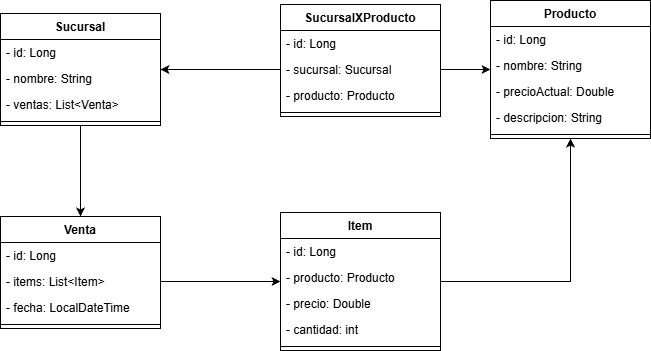
Above: diagramas/SuperMarket.drawio.png in EliasPuddini/SuperMarket-Test (draw.io), before the change. Source tidied: cells renumbered, new cells last; positions are measured from the earlier drawing's top-left corner, leaving out a move shared by most shapes. Its diagram source:
```xml
<mxGraphModel>
  <root>
    <mxCell id="0" />
    <mxCell id="1" parent="0" />
    <mxCell id="2" value="Sucursal" style="swimlane;fontStyle=1;align=center;verticalAlign=top;horizontal=1;startSize=26;whiteSpace=wrap;html=1;" parent="1" vertex="1">
      <mxGeometry y="13" width="160" height="112" as="geometry" />
    </mxCell>
    <mxCell id="3" value="- id: Long" style="text;strokeColor=none;fillColor=none;align=left;verticalAlign=top;spacingLeft=4;spacingRight=4;overflow=hidden;whiteSpace=wrap;html=1;" parent="2" vertex="1">
      <mxGeometry y="26" width="160" height="26" as="geometry" />
    </mxCell>
    <mxCell id="4" value="- nombre: String" style="text;strokeColor=none;fillColor=none;align=left;verticalAlign=top;spacingLeft=4;spacingRight=4;overflow=hidden;points=[[0,0.5],[1,0.5]];portConstraint=eastwest;whiteSpace=wrap;html=1;" parent="2" vertex="1">
      <mxGeometry y="52" width="160" height="26" as="geometry" />
    </mxCell>
    <mxCell id="5" value="- ventas: List&amp;lt;Venta&amp;gt;" style="text;strokeColor=none;fillColor=none;align=left;verticalAlign=top;spacingLeft=4;spacingRight=4;overflow=hidden;whiteSpace=wrap;html=1;" parent="2" vertex="1">
      <mxGeometry y="78" width="160" height="26" as="geometry" />
    </mxCell>
    <mxCell id="6" style="line;strokeWidth=1;fillColor=none;align=left;verticalAlign=middle;spacingTop=-1;spacingLeft=3;spacingRight=3;labelPosition=right;strokeColor=inherit;" parent="2" vertex="1">
      <mxGeometry y="104" width="160" height="8" as="geometry" />
    </mxCell>
    <mxCell id="7" value="Producto" style="swimlane;fontStyle=1;align=center;verticalAlign=top;horizontal=1;startSize=26;whiteSpace=wrap;html=1;" parent="1" vertex="1">
      <mxGeometry x="490" width="160" height="138" as="geometry" />
    </mxCell>
    <mxCell id="8" value="- id: Long" style="text;strokeColor=none;fillColor=none;align=left;verticalAlign=top;spacingLeft=4;spacingRight=4;overflow=hidden;whiteSpace=wrap;html=1;" parent="7" vertex="1">
      <mxGeometry y="26" width="160" height="26" as="geometry" />
    </mxCell>
    <mxCell id="9" value="- nombre: String" style="text;strokeColor=none;fillColor=none;align=left;verticalAlign=top;spacingLeft=4;spacingRight=4;overflow=hidden;whiteSpace=wrap;html=1;" parent="7" vertex="1">
      <mxGeometry y="52" width="160" height="26" as="geometry" />
    </mxCell>
    <mxCell id="10" value="- precioActual: Double" style="text;strokeColor=none;fillColor=none;align=left;verticalAlign=top;spacingLeft=4;spacingRight=4;overflow=hidden;whiteSpace=wrap;html=1;" parent="7" vertex="1">
      <mxGeometry y="78" width="160" height="26" as="geometry" />
    </mxCell>
    <mxCell id="11" value="- descripcion: String" style="text;strokeColor=none;fillColor=none;align=left;verticalAlign=top;spacingLeft=4;spacingRight=4;overflow=hidden;whiteSpace=wrap;html=1;" parent="7" vertex="1">
      <mxGeometry y="104" width="160" height="26" as="geometry" />
    </mxCell>
    <mxCell id="12" style="line;strokeWidth=1;fillColor=none;align=left;verticalAlign=middle;spacingTop=-1;spacingLeft=3;spacingRight=3;labelPosition=right;strokeColor=inherit;" parent="7" vertex="1">
      <mxGeometry y="130" width="160" height="8" as="geometry" />
    </mxCell>
    <mxCell id="13" value="Venta" style="swimlane;fontStyle=1;align=center;verticalAlign=top;horizontal=1;startSize=26;whiteSpace=wrap;html=1;" parent="1" vertex="1">
      <mxGeometry y="216" width="160" height="112" as="geometry" />
    </mxCell>
    <mxCell id="14" value="- id: Long" style="text;strokeColor=none;fillColor=none;align=left;verticalAlign=top;spacingLeft=4;spacingRight=4;overflow=hidden;whiteSpace=wrap;html=1;" parent="13" vertex="1">
      <mxGeometry y="26" width="160" height="26" as="geometry" />
    </mxCell>
    <mxCell id="15" value="- items: List&amp;lt;Item&amp;gt;" style="text;strokeColor=none;fillColor=none;align=left;verticalAlign=top;spacingLeft=4;spacingRight=4;overflow=hidden;points=[[0,0.5],[1,0.5]];portConstraint=eastwest;whiteSpace=wrap;html=1;" parent="13" vertex="1">
      <mxGeometry y="52" width="160" height="26" as="geometry" />
    </mxCell>
    <mxCell id="16" value="- fecha: LocalDateTime" style="text;strokeColor=none;fillColor=none;align=left;verticalAlign=top;spacingLeft=4;spacingRight=4;overflow=hidden;whiteSpace=wrap;html=1;" parent="13" vertex="1">
      <mxGeometry y="78" width="160" height="26" as="geometry" />
    </mxCell>
    <mxCell id="17" style="line;strokeWidth=1;fillColor=none;align=left;verticalAlign=middle;spacingTop=-1;spacingLeft=3;spacingRight=3;labelPosition=right;strokeColor=inherit;" parent="13" vertex="1">
      <mxGeometry y="104" width="160" height="8" as="geometry" />
    </mxCell>
    <mxCell id="18" style="edgeStyle=orthogonalEdgeStyle;rounded=0;jettySize=auto;html=1;" parent="1" edge="1" source="2" target="13">
      <mxGeometry relative="1" as="geometry" />
    </mxCell>
    <mxCell id="19" style="edgeStyle=orthogonalEdgeStyle;rounded=0;jettySize=auto;html=1;" parent="1" edge="1" source="20" target="7">
      <mxGeometry relative="1" as="geometry" />
    </mxCell>
    <mxCell id="20" value="Item" style="swimlane;fontStyle=1;align=center;verticalAlign=top;horizontal=1;startSize=26;whiteSpace=wrap;html=1;" parent="1" vertex="1">
      <mxGeometry x="280" y="212" width="160" height="138" as="geometry" />
    </mxCell>
    <mxCell id="21" value="- id: Long" style="text;strokeColor=none;fillColor=none;align=left;verticalAlign=top;spacingLeft=4;spacingRight=4;overflow=hidden;whiteSpace=wrap;html=1;" parent="20" vertex="1">
      <mxGeometry y="26" width="160" height="26" as="geometry" />
    </mxCell>
    <mxCell id="22" value="- producto: Producto" style="text;strokeColor=none;fillColor=none;align=left;verticalAlign=top;spacingLeft=4;spacingRight=4;overflow=hidden;whiteSpace=wrap;html=1;" parent="20" vertex="1">
      <mxGeometry y="52" width="160" height="26" as="geometry" />
    </mxCell>
    <mxCell id="23" value="- precio: Double" style="text;strokeColor=none;fillColor=none;align=left;verticalAlign=top;spacingLeft=4;spacingRight=4;overflow=hidden;whiteSpace=wrap;html=1;" parent="20" vertex="1">
      <mxGeometry y="78" width="160" height="26" as="geometry" />
    </mxCell>
    <mxCell id="24" value="- cantidad: int" style="text;strokeColor=none;fillColor=none;align=left;verticalAlign=top;spacingLeft=4;spacingRight=4;overflow=hidden;whiteSpace=wrap;html=1;" parent="20" vertex="1">
      <mxGeometry y="104" width="160" height="26" as="geometry" />
    </mxCell>
    <mxCell id="25" style="line;strokeWidth=1;fillColor=none;align=left;verticalAlign=middle;spacingTop=-1;spacingLeft=3;spacingRight=3;labelPosition=right;strokeColor=inherit;" parent="20" vertex="1">
      <mxGeometry y="130" width="160" height="8" as="geometry" />
    </mxCell>
    <mxCell id="26" style="edgeStyle=orthogonalEdgeStyle;rounded=0;jettySize=auto;html=1;exitX=1;exitY=0.5;exitDx=0;exitDy=0;" parent="1" edge="1" source="15" target="20">
      <mxGeometry relative="1" as="geometry" />
    </mxCell>
    <mxCell id="27" value="SucursalXProducto" style="swimlane;fontStyle=1;align=center;verticalAlign=top;horizontal=1;startSize=26;whiteSpace=wrap;html=1;" parent="1" vertex="1">
      <mxGeometry x="280" y="4" width="160" height="112" as="geometry" />
    </mxCell>
    <mxCell id="28" value="- id: Long" style="text;strokeColor=none;fillColor=none;align=left;verticalAlign=top;spacingLeft=4;spacingRight=4;overflow=hidden;whiteSpace=wrap;html=1;" parent="27" vertex="1">
      <mxGeometry y="26" width="160" height="26" as="geometry" />
    </mxCell>
    <mxCell id="29" value="- sucursal: Sucursal" style="text;strokeColor=none;fillColor=none;align=left;verticalAlign=top;spacingLeft=4;spacingRight=4;overflow=hidden;points=[[0,0.5],[1,0.5]];portConstraint=eastwest;whiteSpace=wrap;html=1;" parent="27" vertex="1">
      <mxGeometry y="52" width="160" height="26" as="geometry" />
    </mxCell>
    <mxCell id="30" value="- producto: Producto" style="text;strokeColor=none;fillColor=none;align=left;verticalAlign=top;spacingLeft=4;spacingRight=4;overflow=hidden;whiteSpace=wrap;html=1;" parent="27" vertex="1">
      <mxGeometry y="78" width="160" height="26" as="geometry" />
    </mxCell>
    <mxCell id="31" style="line;strokeWidth=1;fillColor=none;align=left;verticalAlign=middle;spacingTop=-1;spacingLeft=3;spacingRight=3;labelPosition=right;strokeColor=inherit;" parent="27" vertex="1">
      <mxGeometry y="104" width="160" height="8" as="geometry" />
    </mxCell>
    <mxCell id="32" style="edgeStyle=orthogonalEdgeStyle;rounded=0;jettySize=auto;html=1;exitX=1;exitY=0.5;exitDx=0;exitDy=0;" parent="1" edge="1" source="29" target="7">
      <mxGeometry relative="1" as="geometry" />
    </mxCell>
    <mxCell id="33" style="edgeStyle=orthogonalEdgeStyle;rounded=0;jettySize=auto;html=1;exitX=0;exitY=0.5;exitDx=0;exitDy=0;" parent="1" edge="1" source="29" target="2">
      <mxGeometry relative="1" as="geometry" />
    </mxCell>
  </root>
</mxGraphModel>
```
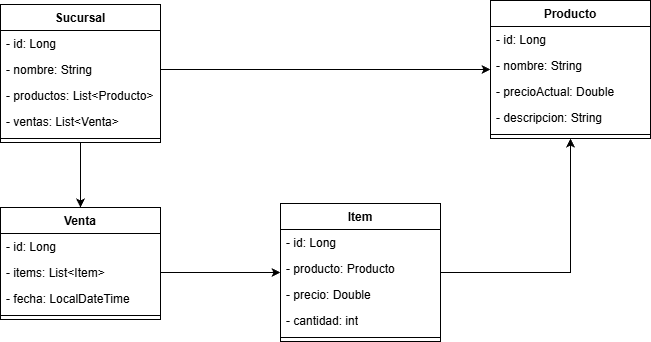
Above is the later version.

Change to the diagram source:
```diff
@@ -3,7 +3,7 @@
     <mxCell id="0" />
     <mxCell id="1" parent="0" />
     <mxCell id="2" value="Sucursal" style="swimlane;fontStyle=1;align=center;verticalAlign=top;horizontal=1;startSize=26;whiteSpace=wrap;html=1;" parent="1" vertex="1">
-      <mxGeometry y="13" width="160" height="112" as="geometry" />
+      <mxGeometry y="13" width="160" height="138" as="geometry" />
     </mxCell>
     <mxCell id="3" value="- id: Long" style="text;strokeColor=none;fillColor=none;align=left;verticalAlign=top;spacingLeft=4;spacingRight=4;overflow=hidden;whiteSpace=wrap;html=1;" parent="2" vertex="1">
       <mxGeometry y="26" width="160" height="26" as="geometry" />
@@ -11,14 +11,17 @@
     <mxCell id="4" value="- nombre: String" style="text;strokeColor=none;fillColor=none;align=left;verticalAlign=top;spacingLeft=4;spacingRight=4;overflow=hidden;points=[[0,0.5],[1,0.5]];portConstraint=eastwest;whiteSpace=wrap;html=1;" parent="2" vertex="1">
       <mxGeometry y="52" width="160" height="26" as="geometry" />
     </mxCell>
+    <mxCell id="34" value="- productos: List&amp;lt;Producto&amp;gt;" style="text;strokeColor=none;fillColor=none;align=left;verticalAlign=top;spacingLeft=4;spacingRight=4;overflow=hidden;whiteSpace=wrap;html=1;" parent="2" vertex="1">
+      <mxGeometry y="78" width="160" height="26" as="geometry" />
+    </mxCell>
     <mxCell id="5" value="- ventas: List&amp;lt;Venta&amp;gt;" style="text;strokeColor=none;fillColor=none;align=left;verticalAlign=top;spacingLeft=4;spacingRight=4;overflow=hidden;whiteSpace=wrap;html=1;" parent="2" vertex="1">
-      <mxGeometry y="78" width="160" height="26" as="geometry" />
+      <mxGeometry y="104" width="160" height="26" as="geometry" />
     </mxCell>
     <mxCell id="6" style="line;strokeWidth=1;fillColor=none;align=left;verticalAlign=middle;spacingTop=-1;spacingLeft=3;spacingRight=3;labelPosition=right;strokeColor=inherit;" parent="2" vertex="1">
-      <mxGeometry y="104" width="160" height="8" as="geometry" />
+      <mxGeometry y="130" width="160" height="8" as="geometry" />
     </mxCell>
     <mxCell id="7" value="Producto" style="swimlane;fontStyle=1;align=center;verticalAlign=top;horizontal=1;startSize=26;whiteSpace=wrap;html=1;" parent="1" vertex="1">
-      <mxGeometry x="490" width="160" height="138" as="geometry" />
+      <mxGeometry x="490" y="9" width="160" height="138" as="geometry" />
     </mxCell>
     <mxCell id="8" value="- id: Long" style="text;strokeColor=none;fillColor=none;align=left;verticalAlign=top;spacingLeft=4;spacingRight=4;overflow=hidden;whiteSpace=wrap;html=1;" parent="7" vertex="1">
       <mxGeometry y="26" width="160" height="26" as="geometry" />
@@ -77,26 +80,8 @@
     <mxCell id="26" style="edgeStyle=orthogonalEdgeStyle;rounded=0;jettySize=auto;html=1;exitX=1;exitY=0.5;exitDx=0;exitDy=0;" parent="1" edge="1" source="15" target="20">
       <mxGeometry relative="1" as="geometry" />
     </mxCell>
-    <mxCell id="27" value="SucursalXProducto" style="swimlane;fontStyle=1;align=center;verticalAlign=top;horizontal=1;startSize=26;whiteSpace=wrap;html=1;" parent="1" vertex="1">
-      <mxGeometry x="280" y="4" width="160" height="112" as="geometry" />
-    </mxCell>
-    <mxCell id="28" value="- id: Long" style="text;strokeColor=none;fillColor=none;align=left;verticalAlign=top;spacingLeft=4;spacingRight=4;overflow=hidden;whiteSpace=wrap;html=1;" parent="27" vertex="1">
-      <mxGeometry y="26" width="160" height="26" as="geometry" />
-    </mxCell>
-    <mxCell id="29" value="- sucursal: Sucursal" style="text;strokeColor=none;fillColor=none;align=left;verticalAlign=top;spacingLeft=4;spacingRight=4;overflow=hidden;points=[[0,0.5],[1,0.5]];portConstraint=eastwest;whiteSpace=wrap;html=1;" parent="27" vertex="1">
-      <mxGeometry y="52" width="160" height="26" as="geometry" />
-    </mxCell>
-    <mxCell id="30" value="- producto: Producto" style="text;strokeColor=none;fillColor=none;align=left;verticalAlign=top;spacingLeft=4;spacingRight=4;overflow=hidden;whiteSpace=wrap;html=1;" parent="27" vertex="1">
-      <mxGeometry y="78" width="160" height="26" as="geometry" />
-    </mxCell>
-    <mxCell id="31" style="line;strokeWidth=1;fillColor=none;align=left;verticalAlign=middle;spacingTop=-1;spacingLeft=3;spacingRight=3;labelPosition=right;strokeColor=inherit;" parent="27" vertex="1">
-      <mxGeometry y="104" width="160" height="8" as="geometry" />
-    </mxCell>
-    <mxCell id="32" style="edgeStyle=orthogonalEdgeStyle;rounded=0;jettySize=auto;html=1;exitX=1;exitY=0.5;exitDx=0;exitDy=0;" parent="1" edge="1" source="29" target="7">
-      <mxGeometry relative="1" as="geometry" />
-    </mxCell>
-    <mxCell id="33" style="edgeStyle=orthogonalEdgeStyle;rounded=0;jettySize=auto;html=1;exitX=0;exitY=0.5;exitDx=0;exitDy=0;" parent="1" edge="1" source="29" target="2">
-      <mxGeometry relative="1" as="geometry" />
-    </mxCell>
+    <mxCell id="35" style="edgeStyle=orthogonalEdgeStyle;rounded=0;jettySize=auto;html=1;exitX=1;exitY=0.5;exitDx=0;exitDy=0;" parent="1" edge="1" source="4" target="7">
+      <mxGeometry relative="1" as="geometry" />
+    </mxCell>
   </root>
 </mxGraphModel>
```
